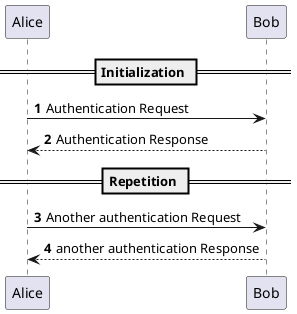
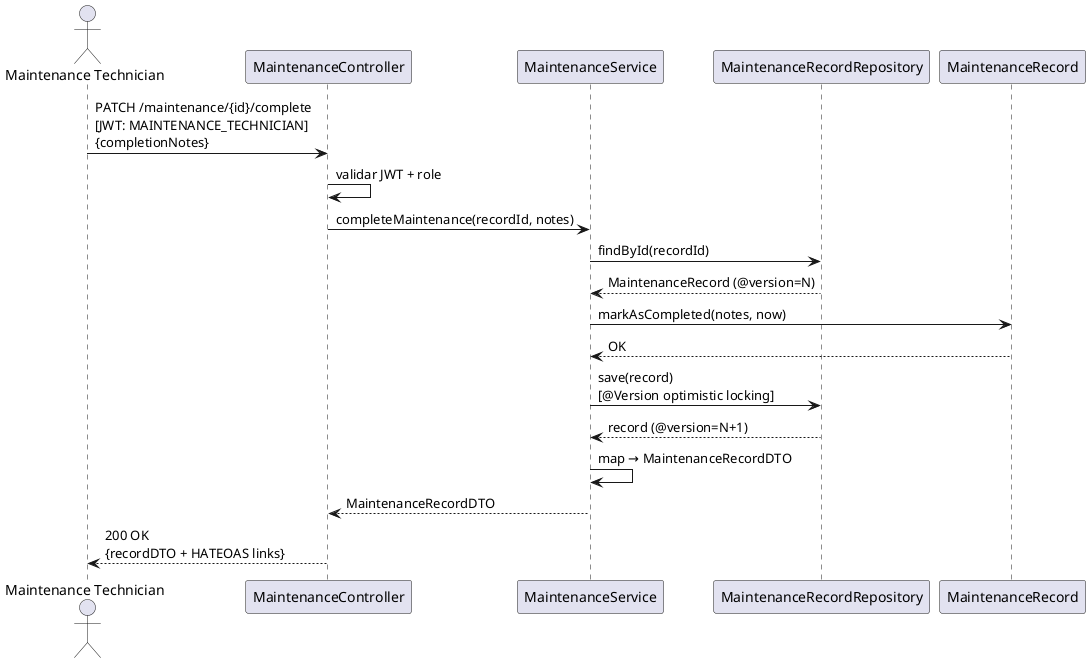
- @startuml
- 'https://plantuml.com/sequence-diagram
+ @startuml SD_US119_UpdateMaintenanceRecord

- autonumber
+ actor "Maintenance Technician" as TECH
+ participant "MaintenanceController" as CTRL
+ participant "MaintenanceService" as SVC
+ participant "MaintenanceRecordRepository" as REPO
+ participant "MaintenanceRecord" as RECORD

- == Initialization ==
+ TECH -> CTRL : PATCH /maintenance/{id}/complete\n[JWT: MAINTENANCE_TECHNICIAN]\n{completionNotes}

- Alice -> Bob: Authentication Request
- Bob --> Alice: Authentication Response
+ CTRL -> CTRL : validar JWT + role
+ CTRL -> SVC : completeMaintenance(recordId, notes)

- == Repetition ==
+ SVC -> REPO : findById(recordId)
+ REPO --> SVC : MaintenanceRecord (@version=N)

- Alice -> Bob: Another authentication Request
- Alice <-- Bob: another authentication Response
- @enduml+ SVC -> RECORD : markAsCompleted(notes, now)
+ RECORD --> SVC : OK
+ 
+ SVC -> REPO : save(record)\n[@Version optimistic locking]
+ REPO --> SVC : record (@version=N+1)
+ 
+ SVC -> SVC : map → MaintenanceRecordDTO
+ SVC --> CTRL : MaintenanceRecordDTO
+ 
+ CTRL --> TECH : 200 OK\n{recordDTO + HATEOAS links}
+ 
+ @enduml
